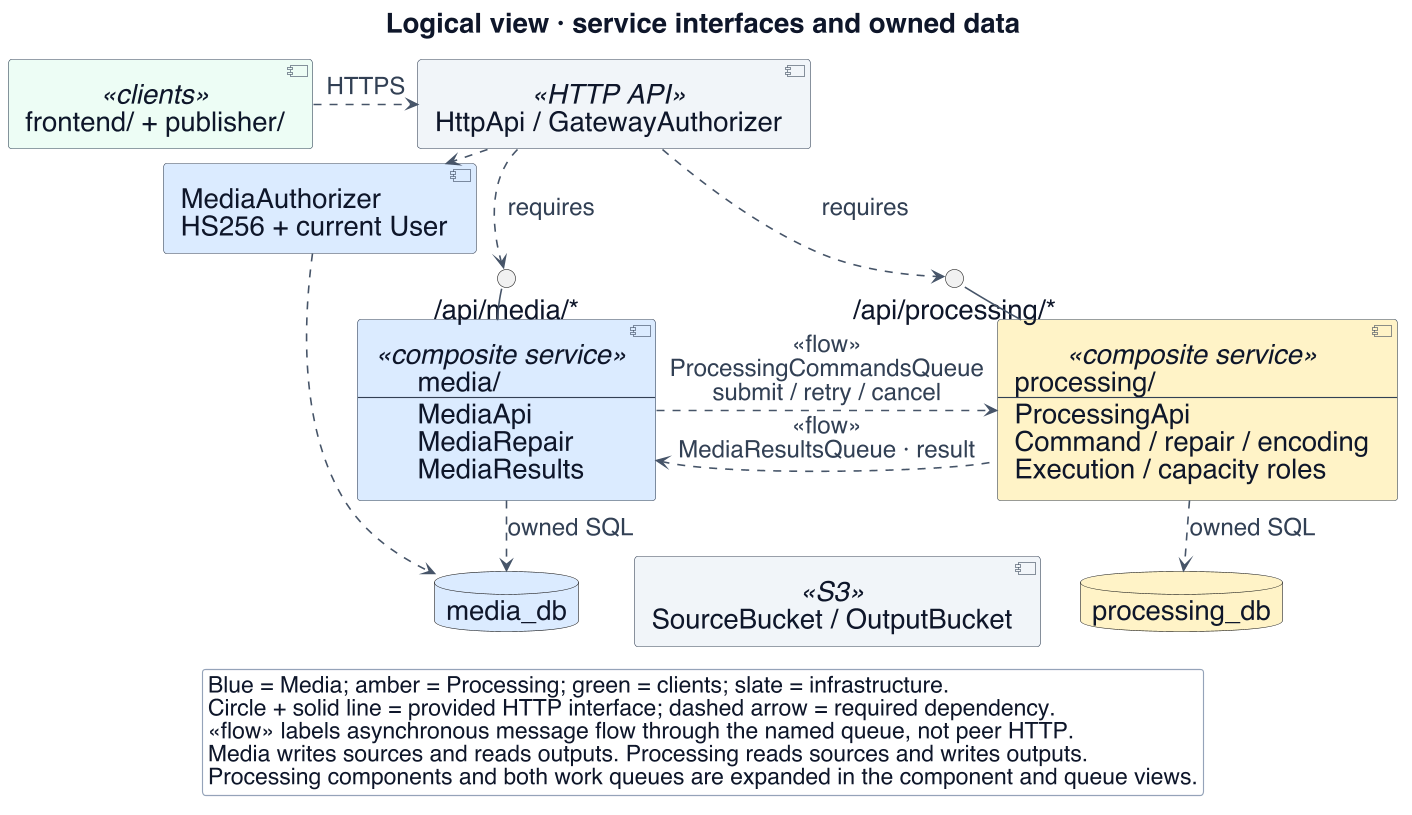
Collaboration95/dc2 keeps this PlantUML diagram as project-documentation/final-report/figures/arch-logical.png. Above is the earlier version. Its diagram source:
```plantuml
@startuml
!include _style.iuml
skinparam BackgroundColor #ffffff
title Logical view · service interfaces and owned data
top to bottom direction
skinparam defaultFontSize 24
skinparam ArrowFontSize 21
skinparam LegendFontSize 20
skinparam titleFontSize 24
skinparam BackgroundColor #ffffff
skinparam componentStyle uml2
skinparam nodesep 22
skinparam ranksep 25
skinparam packageStyle rectangle
component "frontend/ + publisher/" as clients <<clients>> $CLIENT
component "HttpApi / GatewayAuthorizer" as gateway <<HTTP API>> $INFRA
component "MediaAuthorizer\nHS256 + current User" as auth $MEDIA
component "media/\n----\nMediaApi\nMediaRepair\nMediaResults" as media <<composite service>> $MEDIA
component "processing/\n----\nProcessingApi\nCommand / repair / encoding\nExecution / capacity roles" as processing <<composite service>> $PROC
 database "media_db" as md $MEDIA
 database "processing_db" as pd $PROC
component "SourceBucket / OutputBucket" as s3 <<S3>> $INFRA
interface "/api/media/*" as media_http
interface "/api/processing/*" as processing_http
clients .right.> gateway : HTTPS
 gateway .right.> auth : REQUEST
 gateway ..> media_http : requires
 gateway ..> processing_http : requires
 media_http -- media
 processing_http -- processing
 gateway -[hidden]down-> media_http
 gateway -[hidden]down-> processing_http
 media_http -[hidden]down-> media
 processing_http -[hidden]down-> processing
 media .right.> processing : <<flow>>\nProcessingCommandsQueue\nsubmit / retry / cancel
 processing .left.> media : <<flow>>\nMediaResultsQueue · result
 auth ..> md
 media ..> md : owned SQL
 processing ..> pd : owned SQL
 md -[hidden]right-> s3
 s3 -[hidden]right-> pd
legend bottom
 Blue = Media; amber = Processing; green = clients; slate = infrastructure.
 Circle + solid line = provided HTTP interface; dashed arrow = required dependency.
 <<flow>> labels asynchronous message flow through the named queue, not peer HTTP.
 Media writes sources and reads outputs. Processing reads sources and writes outputs.
 Processing components and both work queues are expanded in the component and queue views.
endlegend
@enduml
```
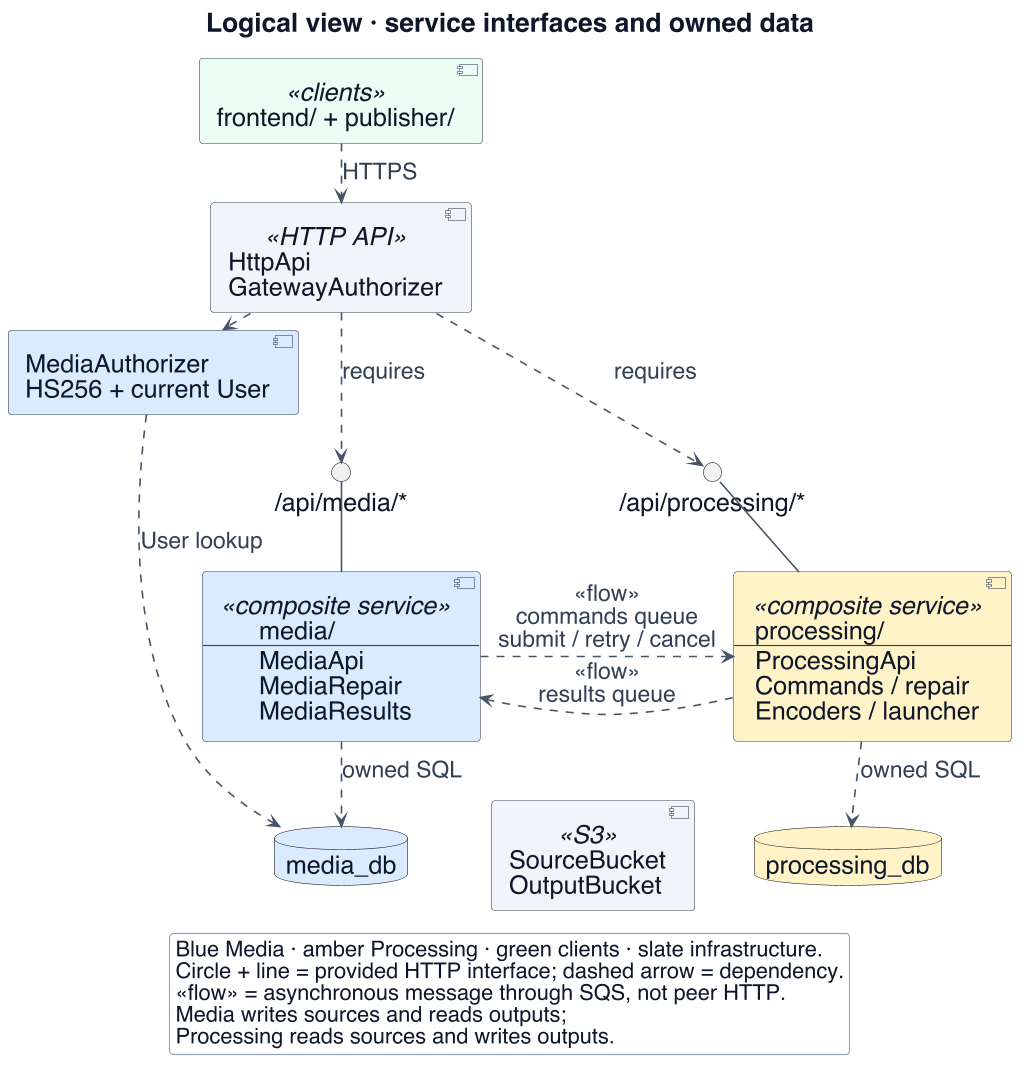
After the commit.

Diff of the diagram source:
```diff
@@ -3,47 +3,42 @@
 skinparam BackgroundColor #ffffff
 title Logical view · service interfaces and owned data
 top to bottom direction
-skinparam defaultFontSize 24
-skinparam ArrowFontSize 21
-skinparam LegendFontSize 20
-skinparam titleFontSize 24
-skinparam BackgroundColor #ffffff
+skinparam defaultFontSize 22
+skinparam ArrowFontSize 20
+skinparam LegendFontSize 19
+skinparam titleFontSize 23
 skinparam componentStyle uml2
-skinparam nodesep 22
-skinparam ranksep 25
+skinparam nodesep 30
+skinparam ranksep 30
 skinparam packageStyle rectangle
 component "frontend/ + publisher/" as clients <<clients>> $CLIENT
-component "HttpApi / GatewayAuthorizer" as gateway <<HTTP API>> $INFRA
+component "HttpApi\nGatewayAuthorizer" as gateway <<HTTP API>> $INFRA
 component "MediaAuthorizer\nHS256 + current User" as auth $MEDIA
 component "media/\n----\nMediaApi\nMediaRepair\nMediaResults" as media <<composite service>> $MEDIA
-component "processing/\n----\nProcessingApi\nCommand / repair / encoding\nExecution / capacity roles" as processing <<composite service>> $PROC
- database "media_db" as md $MEDIA
- database "processing_db" as pd $PROC
-component "SourceBucket / OutputBucket" as s3 <<S3>> $INFRA
+component "processing/\n----\nProcessingApi\nCommands / repair\nEncoders / launcher" as processing <<composite service>> $PROC
+database "media_db" as md $MEDIA
+database "processing_db" as pd $PROC
+component "SourceBucket\nOutputBucket" as s3 <<S3>> $INFRA
 interface "/api/media/*" as media_http
 interface "/api/processing/*" as processing_http
-clients .right.> gateway : HTTPS
- gateway .right.> auth : REQUEST
- gateway ..> media_http : requires
- gateway ..> processing_http : requires
- media_http -- media
- processing_http -- processing
- gateway -[hidden]down-> media_http
- gateway -[hidden]down-> processing_http
- media_http -[hidden]down-> media
- processing_http -[hidden]down-> processing
- media .right.> processing : <<flow>>\nProcessingCommandsQueue\nsubmit / retry / cancel
- processing .left.> media : <<flow>>\nMediaResultsQueue · result
- auth ..> md
- media ..> md : owned SQL
- processing ..> pd : owned SQL
- md -[hidden]right-> s3
- s3 -[hidden]right-> pd
+clients .down.> gateway : HTTPS
+gateway .right.> auth : REQUEST
+gateway ..> media_http : requires
+gateway ..> processing_http : requires
+media_http -- media
+processing_http -- processing
+media .right.> processing : <<flow>>\ncommands queue\nsubmit / retry / cancel
+processing .left.> media : <<flow>>\nresults queue
+auth ..> md : User lookup
+media ..> md : owned SQL
+processing ..> pd : owned SQL
+md -[hidden]right-> s3
+s3 -[hidden]right-> pd
 legend bottom
- Blue = Media; amber = Processing; green = clients; slate = infrastructure.
- Circle + solid line = provided HTTP interface; dashed arrow = required dependency.
- <<flow>> labels asynchronous message flow through the named queue, not peer HTTP.
- Media writes sources and reads outputs. Processing reads sources and writes outputs.
- Processing components and both work queues are expanded in the component and queue views.
+ Blue Media · amber Processing · green clients · slate infrastructure.
+ Circle + line = provided HTTP interface; dashed arrow = dependency.
+ <<flow>> = asynchronous message through SQS, not peer HTTP.
+ Media writes sources and reads outputs;
+ Processing reads sources and writes outputs.
 endlegend
 @enduml
```
